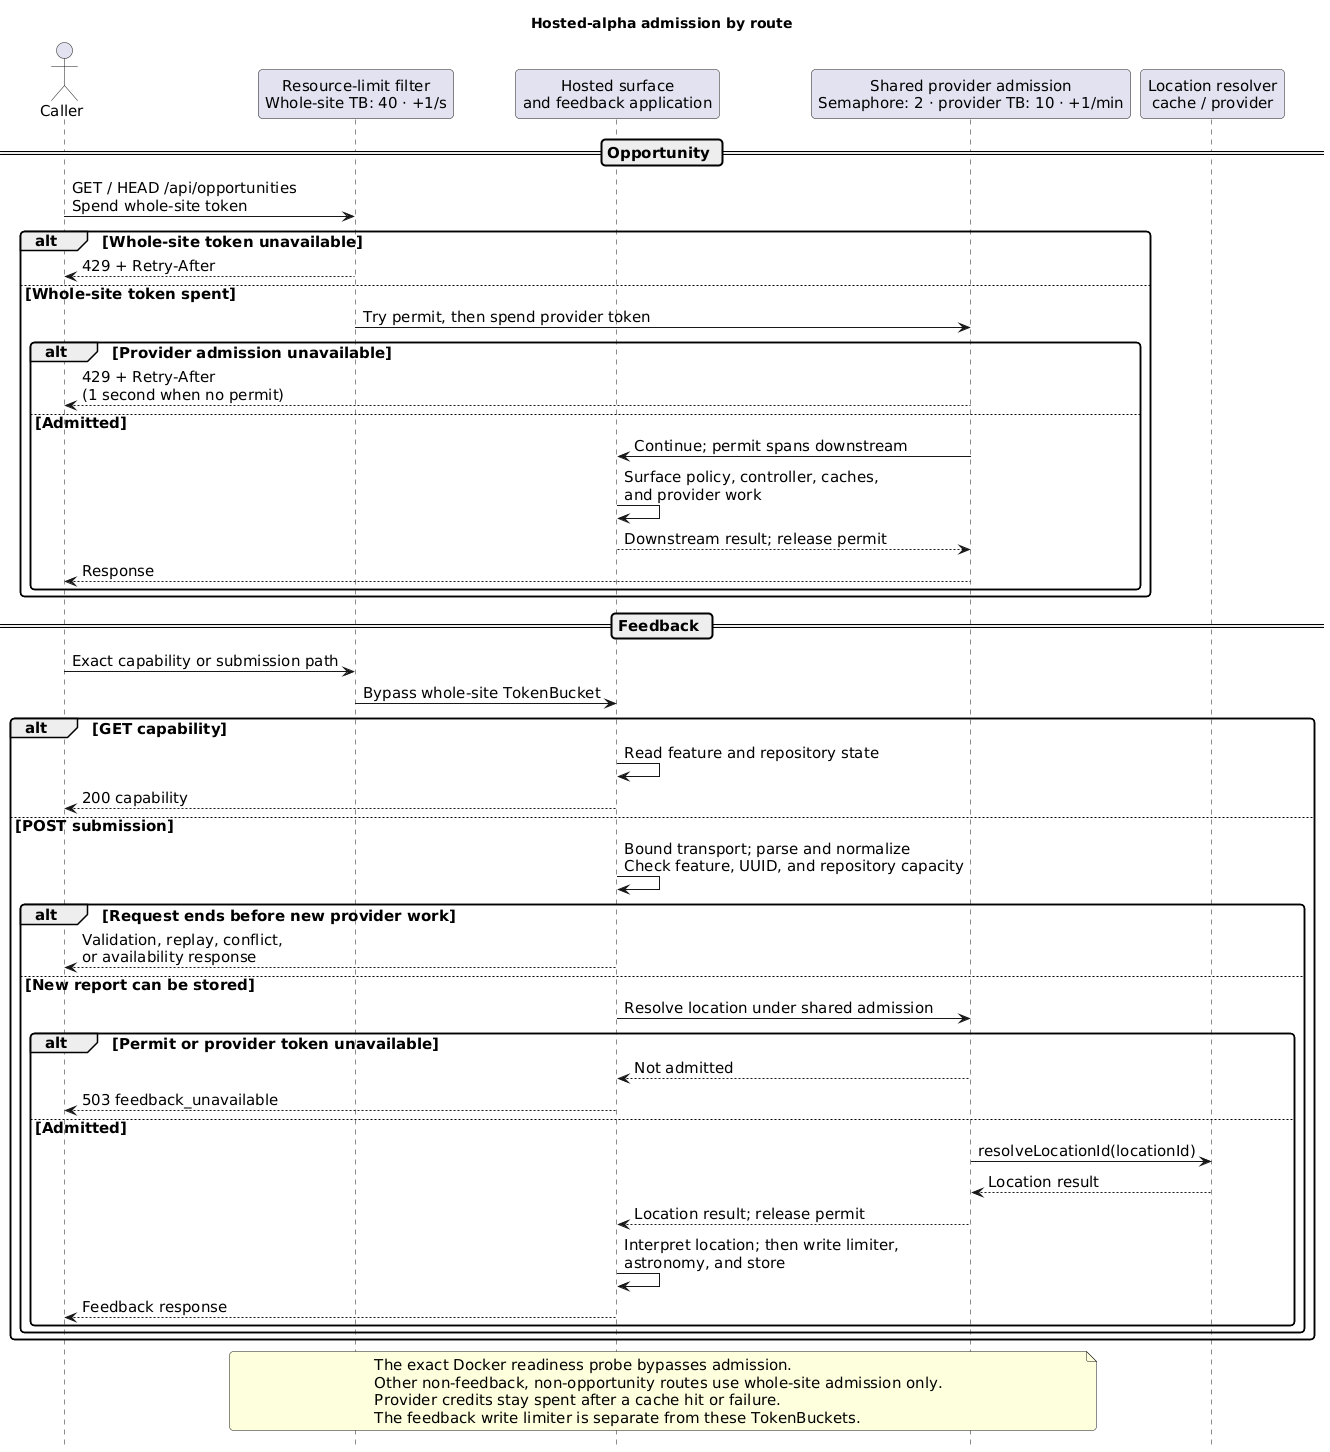
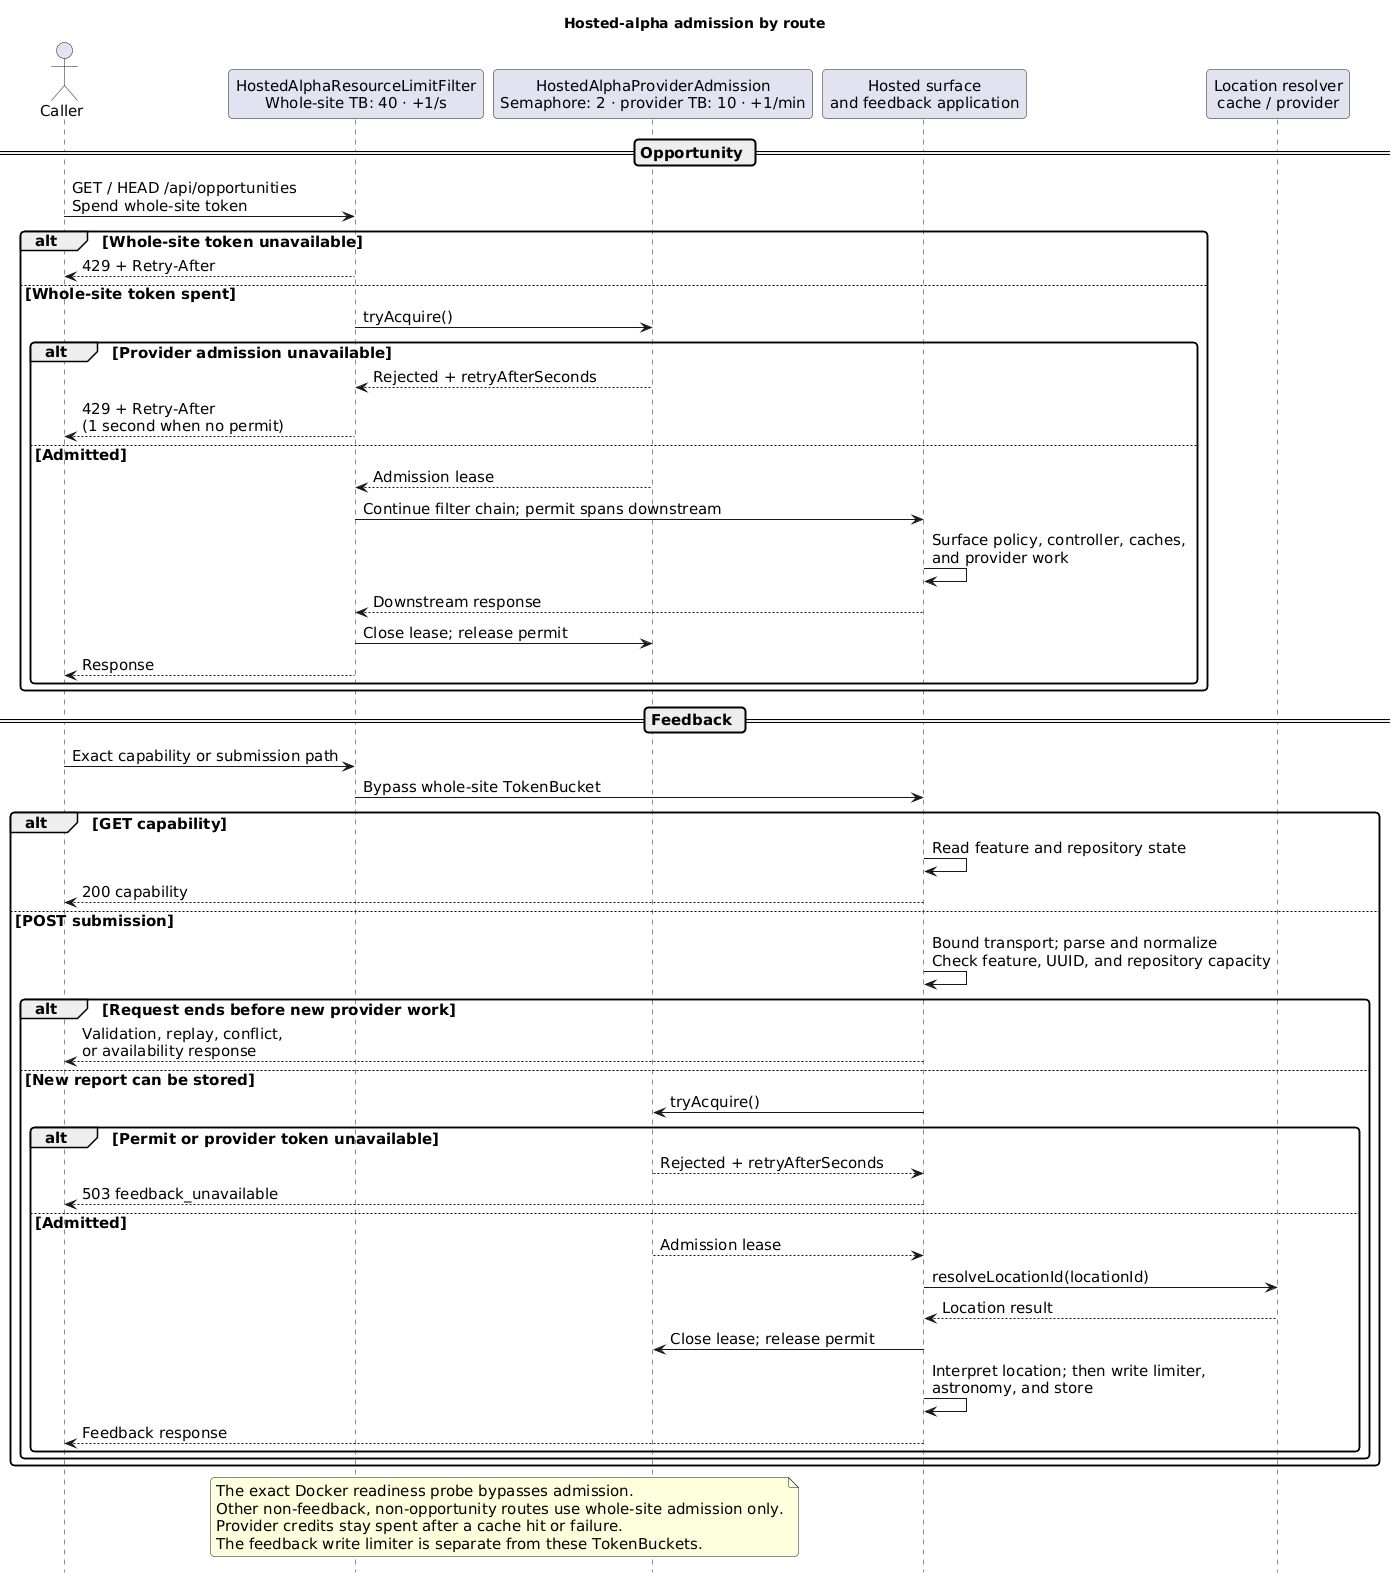
@startuml
skinparam defaultFontName "DejaVu Sans"
skinparam defaultFontSize 15
skinparam shadowing false
skinparam roundcorner 8
skinparam sequenceMessageAlign left
skinparam responseMessageBelowArrow true
skinparam BoxPadding 10
hide footbox

title Hosted-alpha admission by route

actor Caller
- participant "Resource-limit filter\nWhole-site TB: 40 · +1/s" as Whole
+ participant "HostedAlphaResourceLimitFilter\nWhole-site TB: 40 · +1/s" as Whole
+ participant "HostedAlphaProviderAdmission\nSemaphore: 2 · provider TB: 10 · +1/min" as Gate
participant "Hosted surface\nand feedback application" as App
- participant "Shared provider admission\nSemaphore: 2 · provider TB: 10 · +1/min" as Gate
participant "Location resolver\ncache / provider" as Location

== Opportunity ==

Caller -> Whole: GET / HEAD /api/opportunities\nSpend whole-site token
alt Whole-site token unavailable
  Whole --> Caller: 429 + Retry-After
else Whole-site token spent
-   Whole -> Gate: Try permit, then spend provider token
+   Whole -> Gate: tryAcquire()
  alt Provider admission unavailable
-     Gate --> Caller: 429 + Retry-After\n(1 second when no permit)
+     Gate --> Whole: Rejected + retryAfterSeconds
+     Whole --> Caller: 429 + Retry-After\n(1 second when no permit)
  else Admitted
-     Gate -> App: Continue; permit spans downstream
+     Gate --> Whole: Admission lease
+     Whole -> App: Continue filter chain; permit spans downstream
    App -> App: Surface policy, controller, caches,\nand provider work
-     App --> Gate: Downstream result; release permit
-     Gate --> Caller: Response
+     App --> Whole: Downstream response
+     Whole -> Gate: Close lease; release permit
+     Whole --> Caller: Response
  end
end

== Feedback ==

Caller -> Whole: Exact capability or submission path
Whole -> App: Bypass whole-site TokenBucket
alt GET capability
  App -> App: Read feature and repository state
  App --> Caller: 200 capability
else POST submission
  App -> App: Bound transport; parse and normalize\nCheck feature, UUID, and repository capacity
  alt Request ends before new provider work
    App --> Caller: Validation, replay, conflict,\nor availability response
  else New report can be stored
-     App -> Gate: Resolve location under shared admission
+     App -> Gate: tryAcquire()
    alt Permit or provider token unavailable
-       Gate --> App: Not admitted
+       Gate --> App: Rejected + retryAfterSeconds
      App --> Caller: 503 feedback_unavailable
    else Admitted
-       Gate -> Location: resolveLocationId(locationId)
-       Location --> Gate: Location result
-       Gate --> App: Location result; release permit
+       Gate --> App: Admission lease
+       App -> Location: resolveLocationId(locationId)
+       Location --> App: Location result
+       App -> Gate: Close lease; release permit
      App -> App: Interpret location; then write limiter,\nastronomy, and store
      App --> Caller: Feedback response
    end
  end
end

note over Whole, Gate
  The exact Docker readiness probe bypasses admission.
  Other non-feedback, non-opportunity routes use whole-site admission only.
  Provider credits stay spent after a cache hit or failure.
  The feedback write limiter is separate from these TokenBuckets.
end note

@enduml
